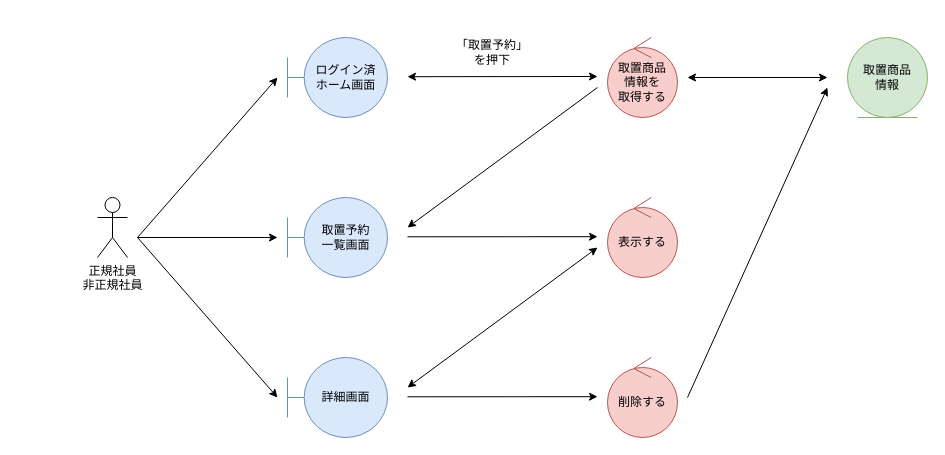
HaruShim/Sotuken keeps this draw.io diagram as page "*取置予約管理_削除" (4 of 4) of 各種設計書/3ロバストネス図/商品情報管理/3.取置予約管理.drawio. Above is the earlier version. Source tidied: cells renumbered, new cells numbered last; positions are measured from the earlier drawing's top-left corner, leaving out a move shared by most shapes. Both pictures are drawn from the tidied source at 100%, with x=0, y=0 at pixel (97, 37).
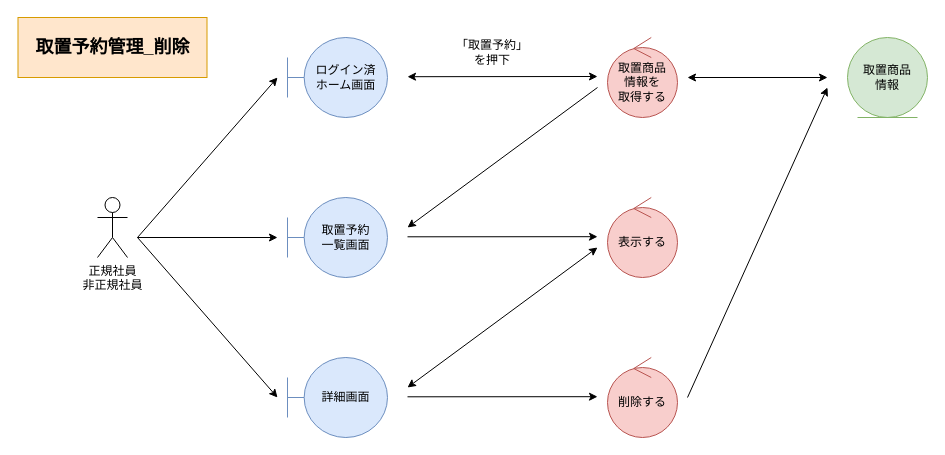
The same diagram, later.

Change to the diagram source:
```diff
@@
+    <mxCell id="21" value="取置予約管理_削除" style="rounded=0;whiteSpace=wrap;html=1;fillColor=#ffe6cc;strokeColor=#d79b00;fontStyle=1;fontSize=18;" parent="1" vertex="1">
+      <mxGeometry x="-79.5" y="-20" width="189" height="60" as="geometry" />
+    </mxCell>
```
